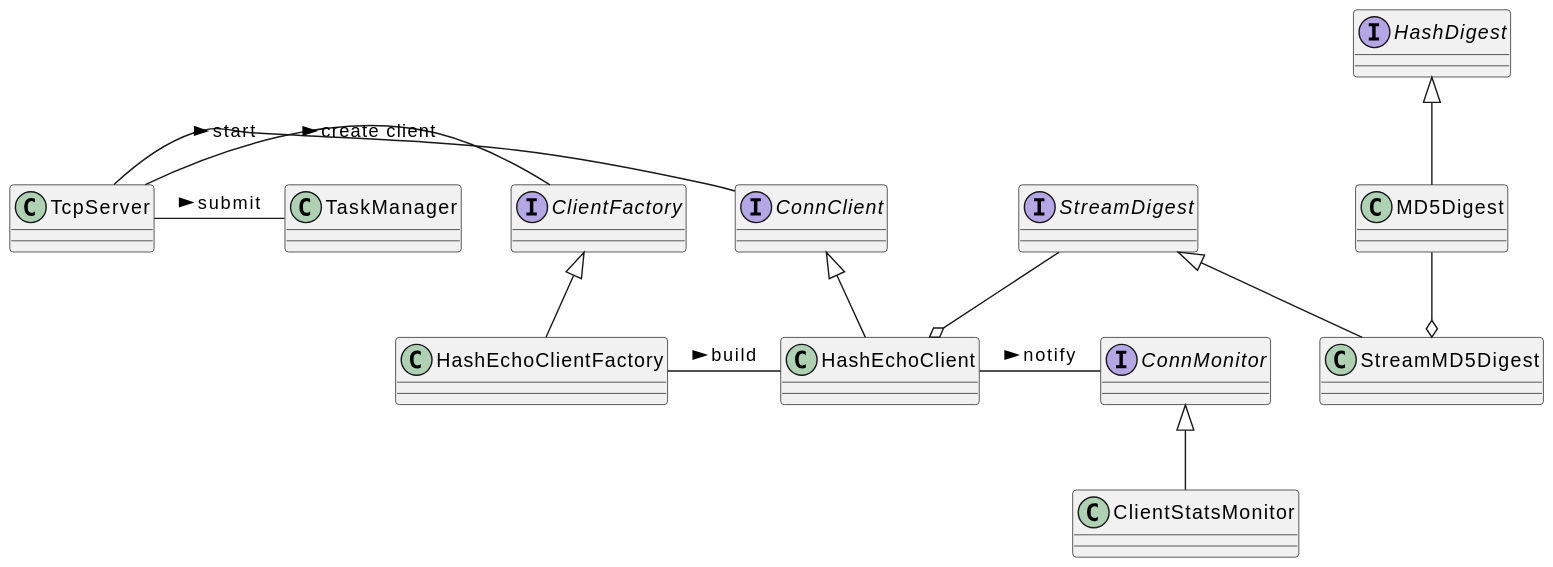
Earlier version of the PlantUML export src/tserver_classes.svg (VadimZy/tnetserver). Source of this version:
```plantuml
@startuml

interface ConnClient
interface ClientFactory
interface ConnMonitor
interface HashDigest
interface StreamDigest


class HashEchoClient
class MD5Digest
class ClientStatsMonitor
class HashEchoClientFactory
class TcpServer
class TaskManager

ConnClient <|--HashEchoClient
HashDigest <|-- MD5Digest
StreamDigest <|-- StreamMD5Digest
ConnMonitor <|-- ClientStatsMonitor
ClientFactory <|-- HashEchoClientFactory

TcpServer - ClientFactory : > create client
TcpServer - ConnClient : > start
TcpServer - TaskManager : > submit

MD5Digest --o StreamMD5Digest
StreamDigest --o HashEchoClient
HashEchoClientFactory - HashEchoClient : > build
HashEchoClient - ConnMonitor : > notify
@enduml
```
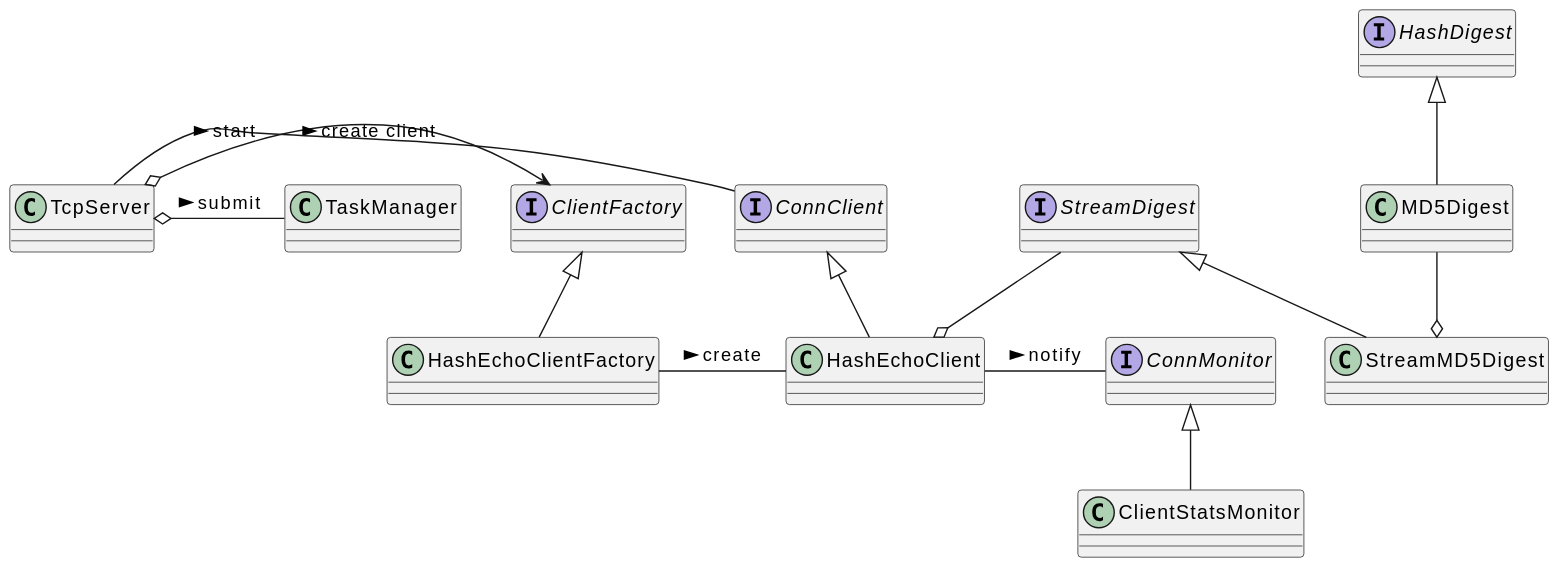
Later version of the same file.

Diff of the diagram source:
```diff
@@ -20,12 +20,12 @@
 ConnMonitor <|-- ClientStatsMonitor
 ClientFactory <|-- HashEchoClientFactory
 
-TcpServer - ClientFactory : > create client
+TcpServer o-> ClientFactory : > create client
 TcpServer - ConnClient : > start
-TcpServer - TaskManager : > submit
+TcpServer o- TaskManager : > submit
 
 MD5Digest --o StreamMD5Digest
 StreamDigest --o HashEchoClient
-HashEchoClientFactory - HashEchoClient : > build
+HashEchoClientFactory - HashEchoClient : > create
 HashEchoClient - ConnMonitor : > notify
 @enduml
```
